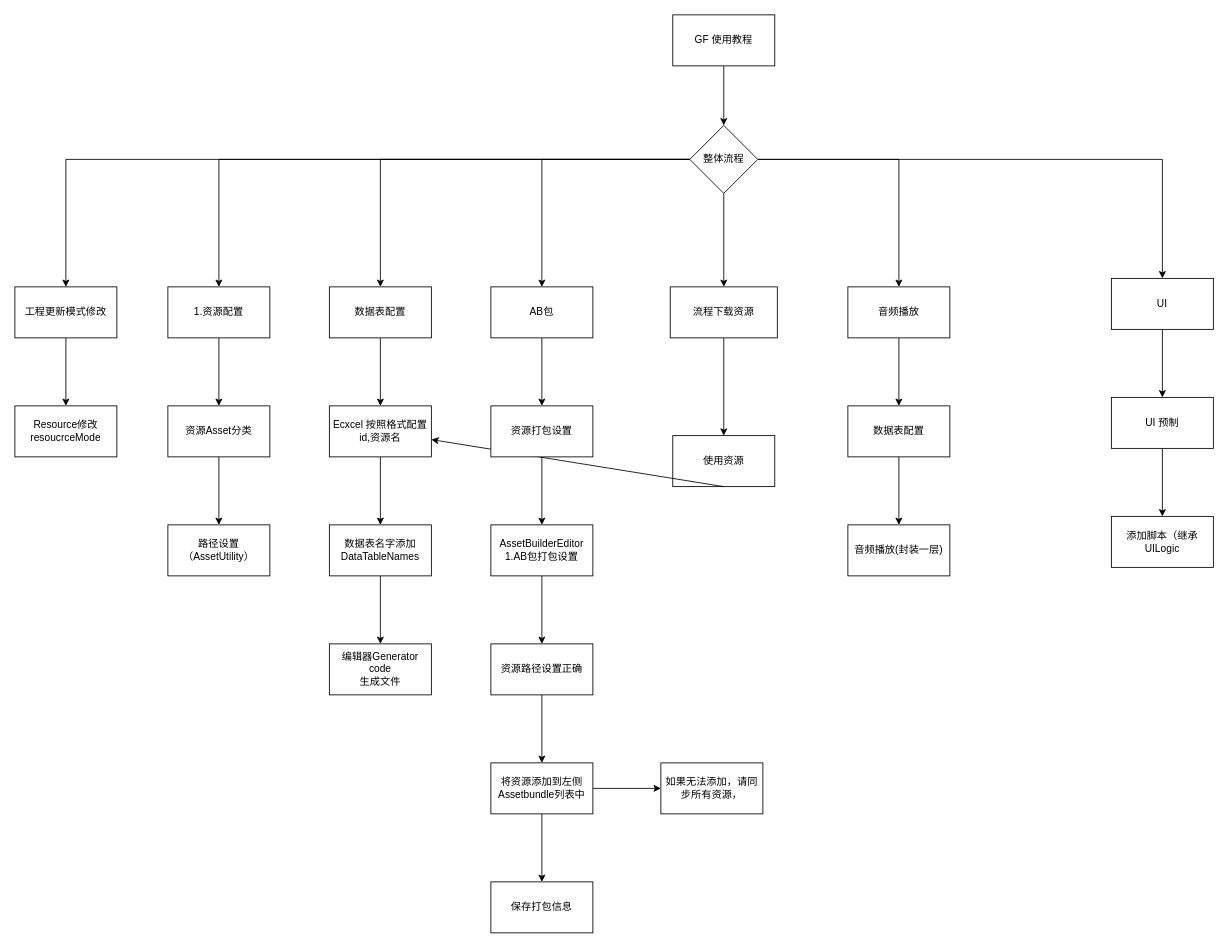
This is GameFramework/GF 使用.drawio from xzp3094997376/DrawIO, a draw.io file, before an edit. Source tidied: cells renumbered, new cells numbered last; positions are measured from the earlier drawing's top-left corner, leaving out a move shared by most shapes. Both pictures are drawn from the tidied source at 85%, with x=0, y=0 at pixel (14, 14).
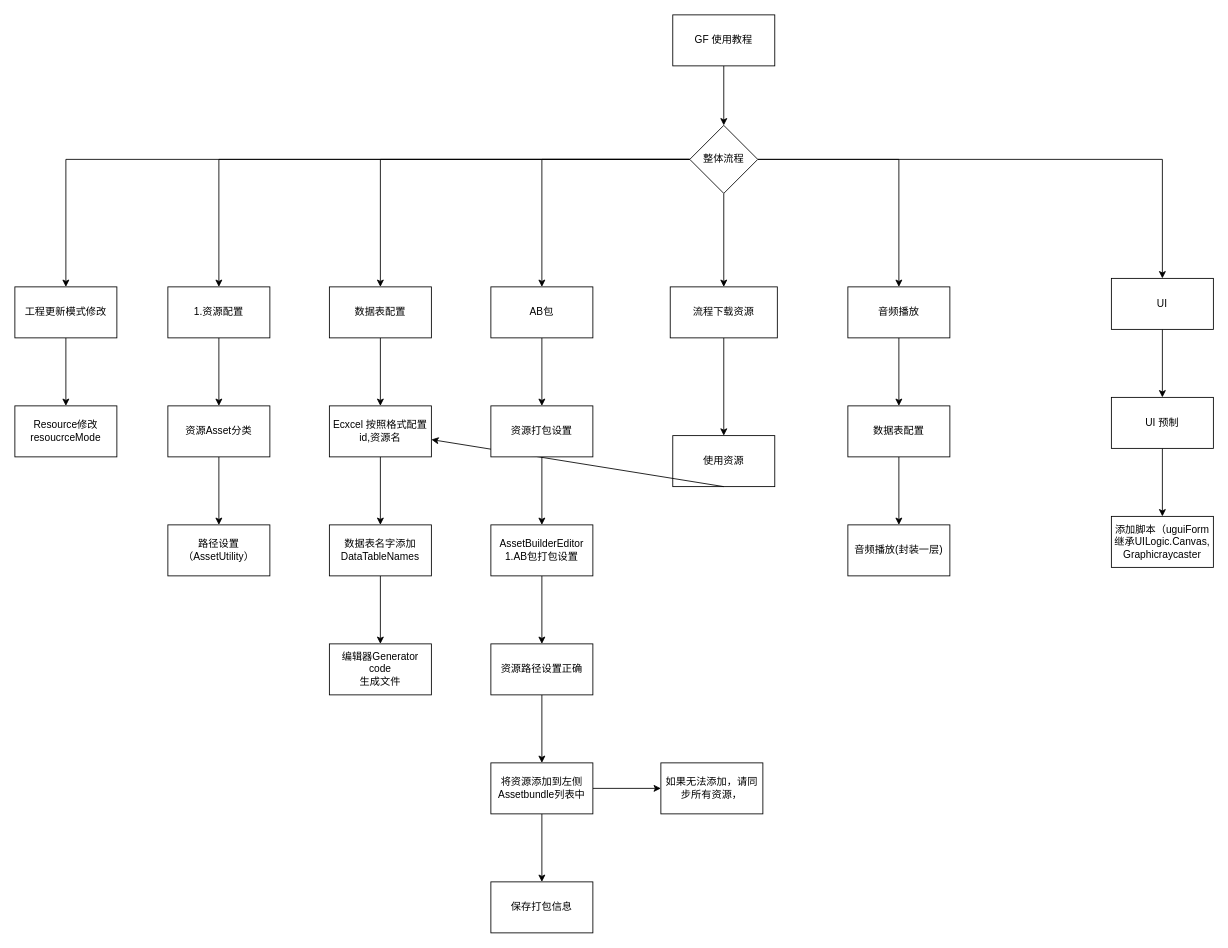
Above is the later version.

What changed in the source:
```diff
@@
-    <mxCell id="53" value="添加脚本（继承UILogic" style="whiteSpace=wrap;html=1;" parent="1" vertex="1">
+    <mxCell id="53" value="添加脚本（uguiForm继承UILogic.Canvas,&lt;br&gt;Graphicraycaster" style="whiteSpace=wrap;html=1;" parent="1" vertex="1">
       <mxGeometry x="1290" y="590" width="120" height="60" as="geometry" />
     </mxCell>
```
